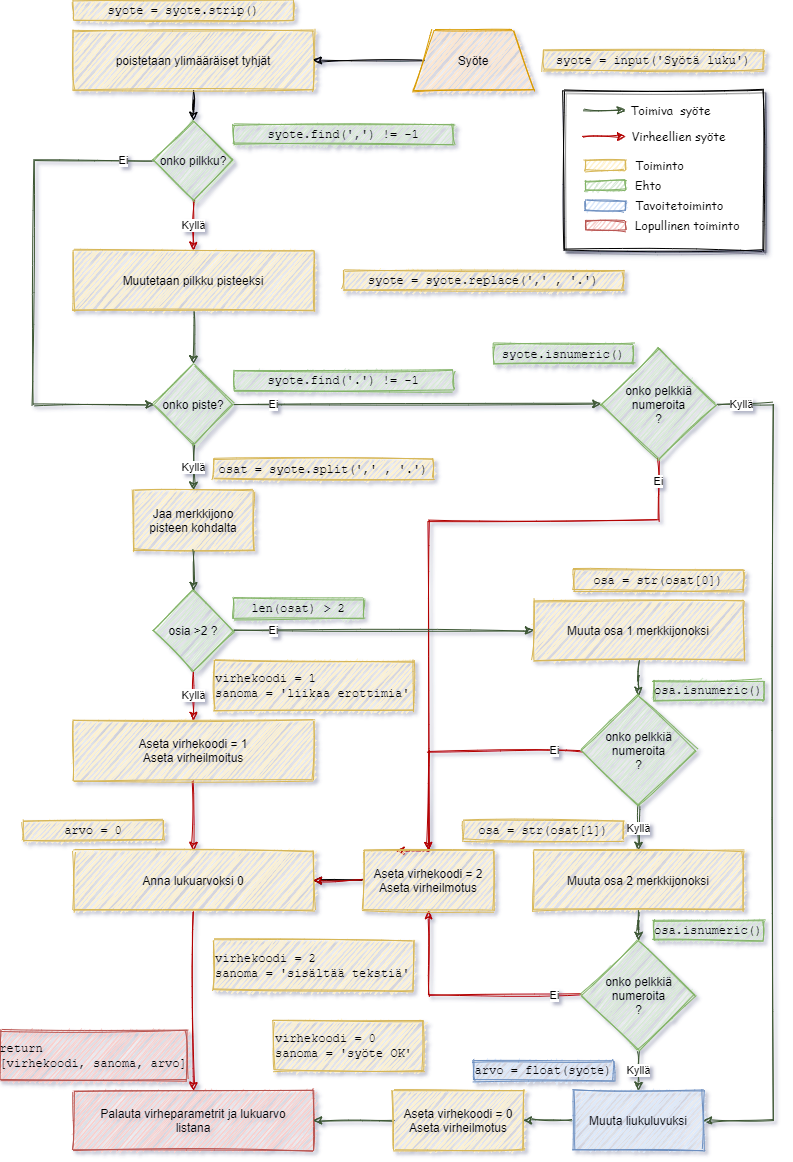
Above: docs/Drawings/SanityVuokaavio2.png in TomasJouhilampi/Painonhallinta (draw.io), before the change. Source tidied: cells renumbered, new cells last; positions are measured from the earlier drawing's top-left corner, leaving out a move shared by most shapes.
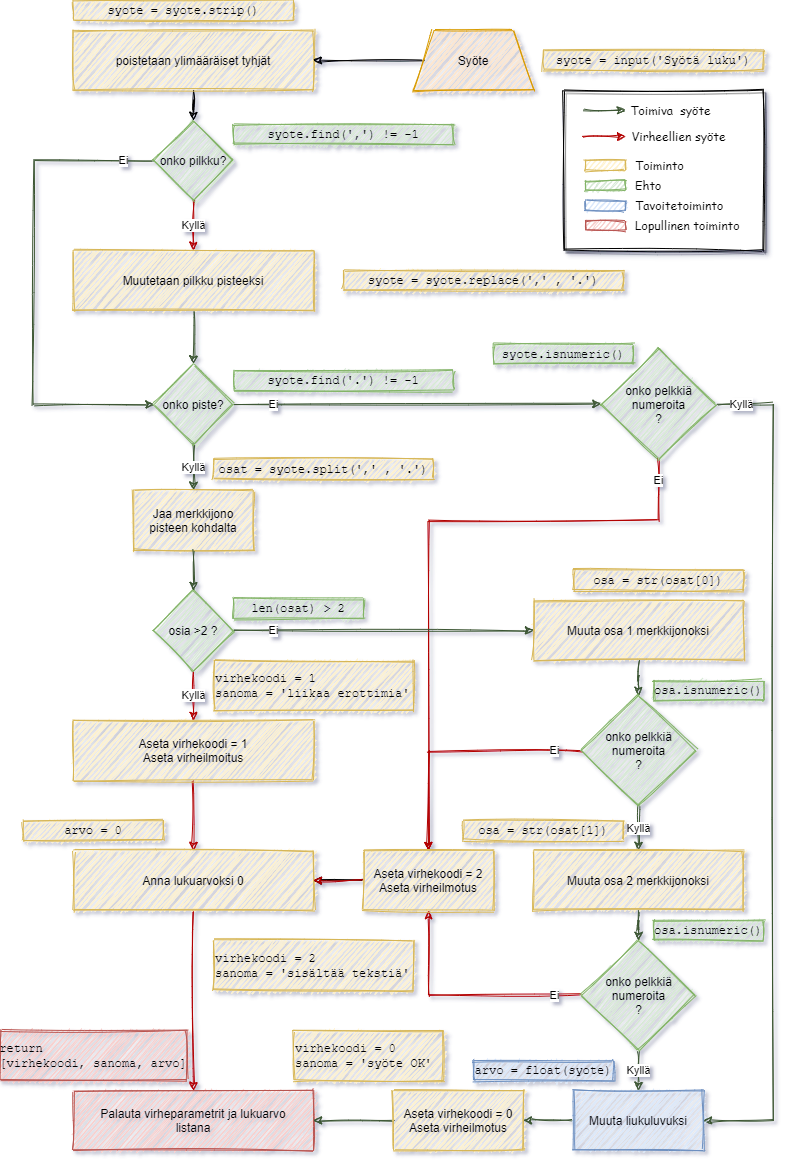
After the commit.

Commit message:
korjattu nuolia toisestakin kuvasta

Diff of the diagram source:
```diff
@@ -2,12 +2,11 @@
   <root>
     <mxCell id="0" />
     <mxCell id="1" parent="0" />
-    <mxCell id="2" value="Ei" style="edgeStyle=orthogonalEdgeStyle;rounded=0;sketch=1;jettySize=auto;html=1;entryX=0.25;entryY=0;entryDx=0;entryDy=0;fillColor=#e51400;strokeColor=#B20000;" parent="1" edge="1" source="60" target="38">
+    <mxCell id="2" value="Ei" style="edgeStyle=orthogonalEdgeStyle;rounded=0;sketch=1;jettySize=auto;html=1;entryX=0.5;entryY=0;entryDx=0;entryDy=0;fillColor=#e51400;strokeColor=#B20000;" parent="1" edge="1" source="60" target="38">
       <mxGeometry x="-0.93" relative="1" as="geometry">
         <Array as="points">
           <mxPoint x="658" y="520" />
           <mxPoint x="428" y="520" />
-          <mxPoint x="428" y="850" />
         </Array>
         <mxPoint y="1" as="offset" />
       </mxGeometry>
@@ -192,7 +191,7 @@
       <mxGeometry x="23" y="820" width="140" height="20" as="geometry" />
     </mxCell>
     <mxCell id="58" value="&lt;font face=&quot;Courier New&quot;&gt;virhekoodi = 0&lt;br&gt;sanoma = 'syöte OK'&lt;br&gt;&lt;/font&gt;" style="text;html=1;strokeColor=#d6b656;fillColor=#fff2cc;align=left;verticalAlign=middle;whiteSpace=wrap;rounded=0;sketch=1;" parent="1" vertex="1">
-      <mxGeometry x="273" y="1020" width="150" height="50" as="geometry" />
+      <mxGeometry x="293" y="1030" width="150" height="50" as="geometry" />
     </mxCell>
     <mxCell id="59" value="&lt;div style=&quot;text-align: left&quot;&gt;&lt;span style=&quot;font-family: &amp;#34;courier new&amp;#34;&quot;&gt;return [virhekoodi,&amp;nbsp;&lt;/span&gt;&lt;span style=&quot;font-family: &amp;#34;courier new&amp;#34;&quot;&gt;sanoma,&lt;/span&gt;&lt;span style=&quot;font-family: &amp;#34;courier new&amp;#34;&quot;&gt;&amp;nbsp;arvo]&lt;/span&gt;&lt;/div&gt;" style="text;html=1;strokeColor=#b85450;fillColor=#f8cecc;align=center;verticalAlign=middle;whiteSpace=wrap;rounded=0;sketch=1;" parent="1" vertex="1">
       <mxGeometry y="1030" width="186" height="50" as="geometry" />
```
